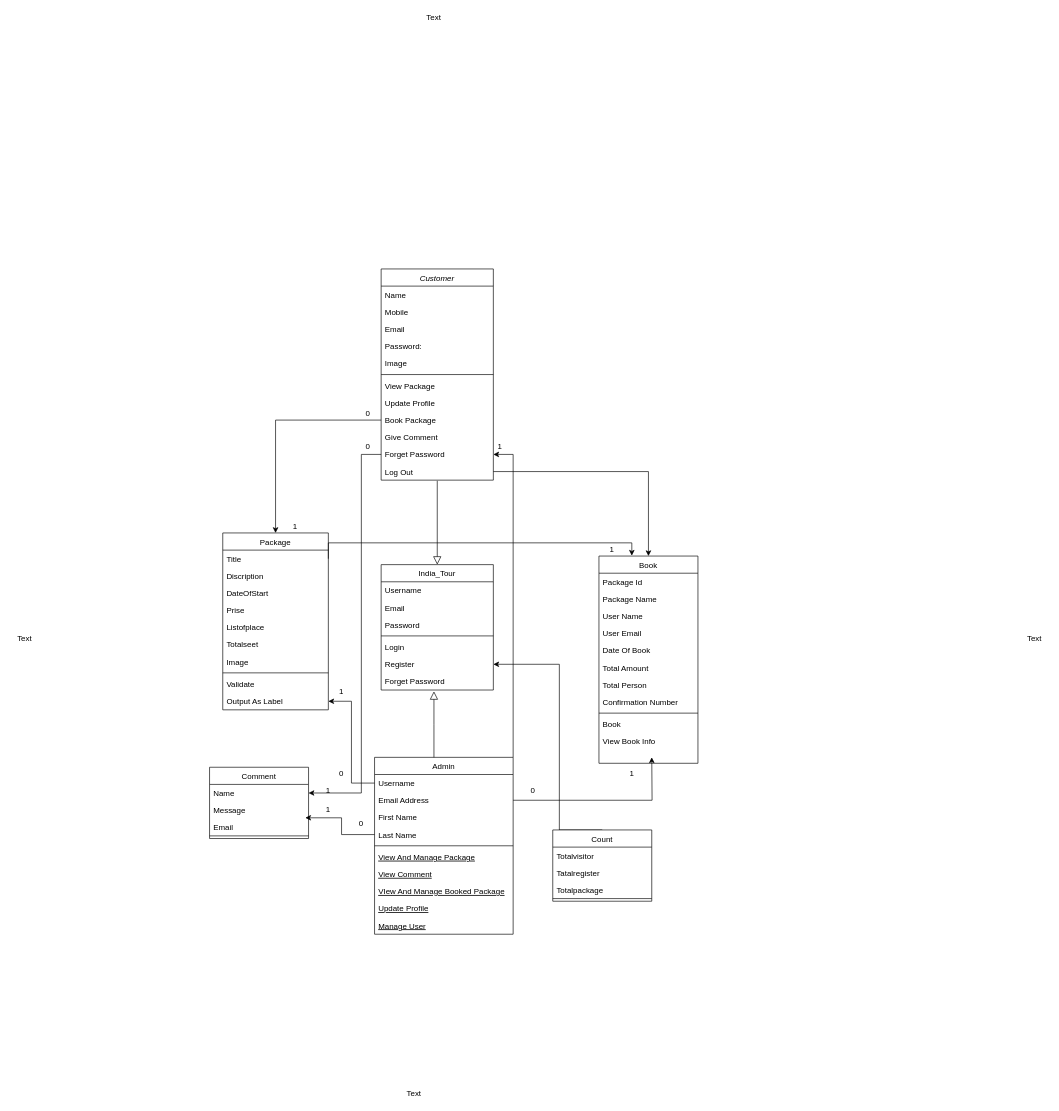
This is Diagram/Class Diagram.drawio from Rahultimbaliya14/BCA-SEM6_project, a draw.io file, before an edit. Source tidied: cells renumbered, new cells numbered last; positions are measured from the earlier drawing's top-left corner, leaving out a move shared by most shapes. Both pictures are drawn from the tidied source at 66%, with x=0, y=0 at pixel (11, 11).
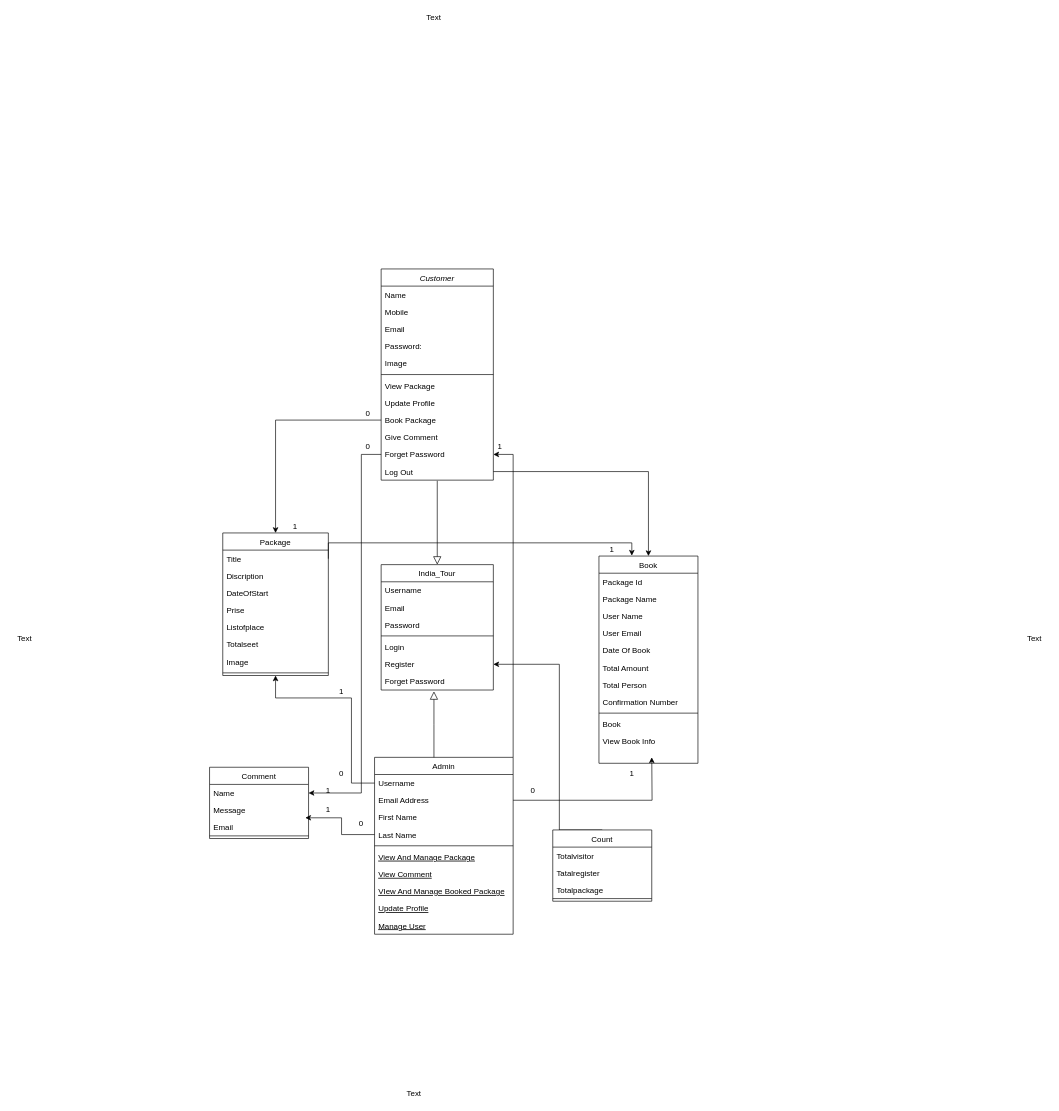
After the change.

Unchanged cells that the change refers to:
```xml
<mxCell id="17" value="Username" style="text;align=left;verticalAlign=top;spacingLeft=4;spacingRight=4;overflow=hidden;points=[[0,0.5],[1,0.5]];portConstraint=eastwest;" parent="16" vertex="1">
  <mxGeometry y="26" width="210" height="26" as="geometry" />
</mxCell>
<mxCell id="45" style="line;html=1;strokeWidth=1;align=left;verticalAlign=middle;spacingTop=-1;spacingLeft=3;spacingRight=3;labelPosition=right;points=[];portConstraint=eastwest;" parent="37" vertex="1">
  <mxGeometry y="208" width="160" height="8" as="geometry" />
</mxCell>
```

Change to the diagram source:
```diff
@@
     <mxCell id="37" value="Package" style="swimlane;fontStyle=0;align=center;verticalAlign=top;horizontal=1;startSize=26;rounded=0;shadow=0;strokeWidth=1;" parent="1" vertex="1">
-      <mxGeometry x="320" y="790" width="160" height="268" as="geometry" />
+      <mxGeometry x="320" y="790" width="160" height="216" as="geometry" />
     </mxCell>
@@
-    <mxCell id="46" value="Validate" style="text;align=left;verticalAlign=top;spacingLeft=4;spacingRight=4;overflow=hidden;" parent="37" vertex="1">
-      <mxGeometry y="216" width="160" height="26" as="geometry" />
-    </mxCell>
-    <mxCell id="47" value="Output As Label" style="text;align=left;verticalAlign=top;spacingLeft=4;spacingRight=4;overflow=hidden;points=[[0,0.5],[1,0.5]];portConstraint=eastwest;" parent="37" vertex="1">
-      <mxGeometry y="242" width="160" height="26" as="geometry" />
-    </mxCell>
@@
-    <mxCell id="67" style="edgeStyle=orthogonalEdgeStyle;rounded=0;jettySize=auto;html=1;exitX=0;exitY=0.5;exitDx=0;exitDy=0;" parent="1" edge="1" source="17" target="47">
-      <mxGeometry relative="1" as="geometry" />
+    <mxCell id="67" style="edgeStyle=orthogonalEdgeStyle;rounded=0;jettySize=auto;html=1;exitX=0;exitY=0.5;exitDx=0;exitDy=0;" parent="1" edge="1" source="17" target="45">
+      <mxGeometry relative="1" as="geometry">
+        <Array as="points">
+          <mxPoint x="515" y="1169" />
+          <mxPoint x="515" y="1040" />
+          <mxPoint x="400" y="1040" />
+        </Array>
+      </mxGeometry>
     </mxCell>
```
